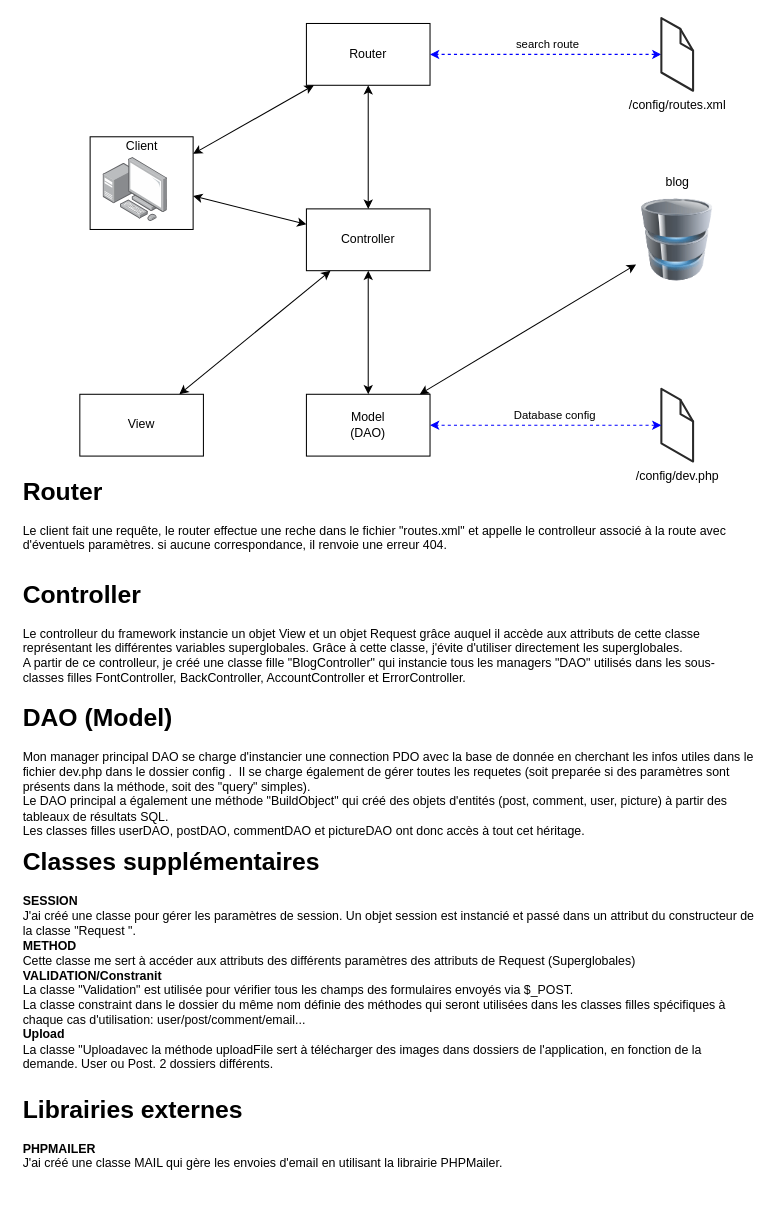
The draw.io diagram Cadrage/Architecture.drawio in JgPhil/Blog, before the edit. Source tidied: cells renumbered, new cells numbered last; positions are measured from the earlier drawing's top-left corner, leaving out a move shared by most shapes. Both pictures are drawn from the tidied source at 103%, with x=0, y=0 at pixel (18, 18).
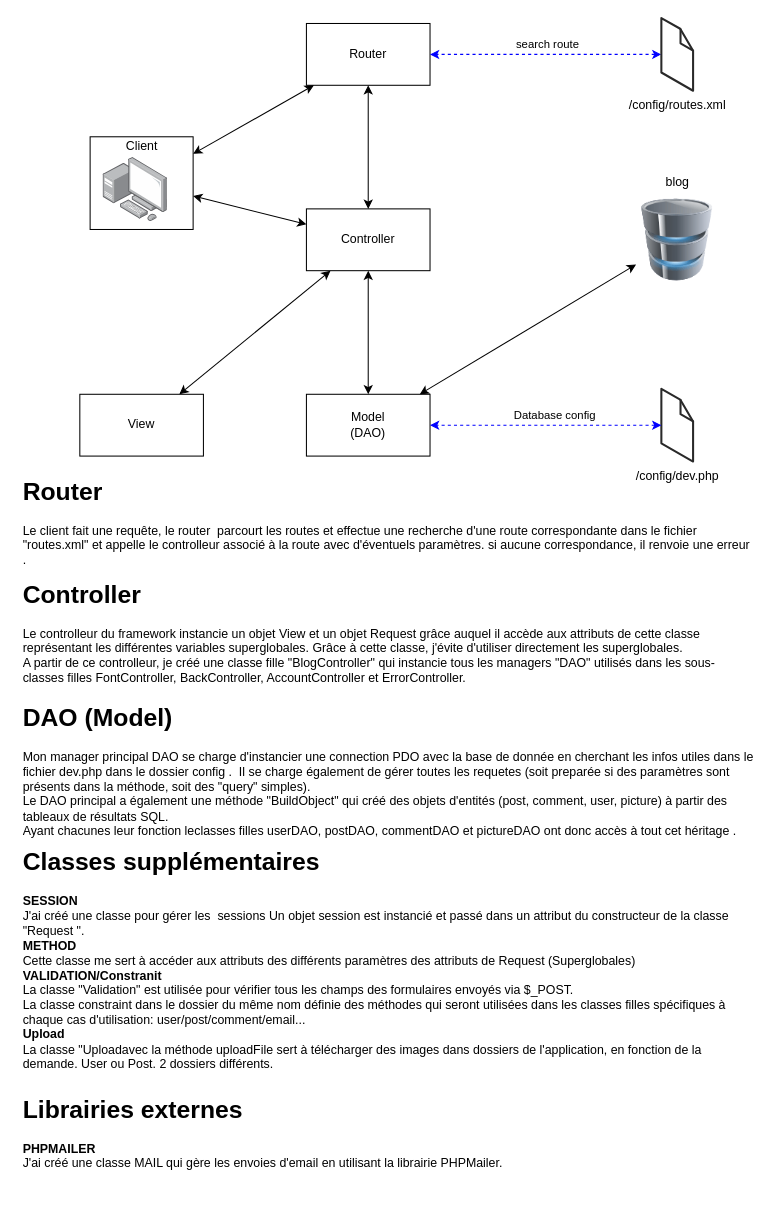
The same diagram, later.

What changed in the source:
```diff
@@
-    <mxCell id="22" value="&lt;h1&gt;Router&lt;/h1&gt;&lt;div&gt;Le client fait une requête, le router effectue une reche dans le fichier &quot;routes.xml&quot; et appelle le controlleur associé à la route avec d'éventuels paramètres. si aucune correspondance, il renvoie une erreur 404.&lt;/div&gt;&lt;div&gt;&lt;br&gt;&lt;/div&gt;" style="text;html=1;strokeColor=none;fillColor=none;spacing=5;spacingTop=-20;whiteSpace=wrap;overflow=hidden;rounded=0;" parent="1" vertex="1">
-      <mxGeometry y="440" width="720" height="90" as="geometry" />
+    <mxCell id="22" value="&lt;h1&gt;Router&amp;nbsp; &amp;nbsp;&lt;/h1&gt;&lt;div&gt;L&lt;span&gt;e client fait une requête, le router&amp;nbsp; parcourt les routes et effectue une recherche d'une route correspondante dans le fichier &quot;routes.xml&quot; et appelle le controlleur associé à la route avec d'éventuels paramètres. si aucune correspondance, il renvoie une erreur .&amp;nbsp; &amp;nbsp;&lt;/span&gt;&lt;/div&gt;&lt;div&gt;&lt;br&gt;&lt;/div&gt;" style="text;html=1;strokeColor=none;fillColor=none;spacing=5;spacingTop=-20;whiteSpace=wrap;overflow=hidden;rounded=0;" parent="1" vertex="1">
+      <mxGeometry y="440" width="720" height="120" as="geometry" />
     </mxCell>
     <mxCell id="23" value="&lt;h1&gt;Controller&lt;/h1&gt;&lt;div&gt;Le controlleur du framework instancie un objet View et un objet Request grâce auquel il accède aux attributs de cette classe représentant les différentes variables superglobales. Grâce à cette classe, j'évite d'utiliser directement les superglobales.&lt;/div&gt;&lt;div&gt;A partir de ce controlleur, je créé une classe fille &quot;BlogController&quot; qui instancie tous les managers &quot;DAO&quot; utilisés dans les sous-classes filles FontController, BackController, AccountController et ErrorController.&lt;/div&gt;" style="text;html=1;strokeColor=none;fillColor=none;spacing=5;spacingTop=-20;whiteSpace=wrap;overflow=hidden;rounded=0;" parent="1" vertex="1">
-      <mxGeometry y="540" width="720" height="110" as="geometry" />
+      <mxGeometry y="540" width="720" height="130" as="geometry" />
     </mxCell>
-    <mxCell id="24" value="&lt;h1&gt;DAO (Model)&lt;/h1&gt;&lt;div&gt;Mon manager principal DAO se charge d'instancier une connection PDO avec la base de donnée en cherchant les infos utiles dans le fichier dev.php dans le dossier config .&amp;nbsp; Il se charge également de gérer toutes les requetes (soit preparée si des paramètres sont présents dans la méthode, soit des &quot;query&quot; simples).&lt;/div&gt;&lt;div&gt;Le DAO principal a également une méthode &quot;BuildObject&quot; qui créé des objets d'entités (post, comment, user, picture) à partir des tableaux de résultats SQL.&lt;/div&gt;&lt;div&gt;Les classes filles userDAO, postDAO, commentDAO et pictureDAO ont donc accès à tout cet héritage.&amp;nbsp;&lt;/div&gt;" style="text;html=1;strokeColor=none;fillColor=none;spacing=5;spacingTop=-20;whiteSpace=wrap;overflow=hidden;rounded=0;" parent="1" vertex="1">
+    <mxCell id="24" value="&lt;h1&gt;DAO (Model)&lt;/h1&gt;&lt;div&gt;Mon manager principal DAO se charge d'instancier une connection PDO avec la base de donnée en cherchant les infos utiles dans le fichier dev.php dans le dossier config .&amp;nbsp; Il se charge également de gérer toutes les requetes (soit preparée si des paramètres sont présents dans la méthode, soit des &quot;query&quot; simples).&lt;/div&gt;&lt;div&gt;Le DAO principal a également une méthode &quot;BuildObject&quot; qui créé des objets d'entités (post, comment, user, picture) à partir des tableaux de résultats SQL.&lt;/div&gt;&lt;div&gt;Ayant chacunes leur fonction   leclasses filles userDAO, postDAO, commentDAO et pictureDAO ont donc accès à tout cet héritage .&amp;nbsp;&lt;/div&gt;" style="text;html=1;strokeColor=none;fillColor=none;spacing=5;spacingTop=-20;whiteSpace=wrap;overflow=hidden;rounded=0;" parent="1" vertex="1">
       <mxGeometry y="660" width="720" height="150" as="geometry" />
     </mxCell>
@@
-    <mxCell id="26" value="&lt;h1&gt;Classes supplémentaires&lt;/h1&gt;&lt;div&gt;&lt;b&gt;SESSION&lt;/b&gt;&lt;/div&gt;&lt;div&gt;J'ai créé une classe pour gérer les paramètres de session. Un objet session est instancié et passé dans un attribut du constructeur de la classe &quot;Request &quot;.&lt;/div&gt;&lt;div&gt;&lt;b&gt;METHOD&lt;/b&gt;&lt;/div&gt;&lt;div&gt;Cette classe me sert à accéder aux attributs des différents paramètres des attributs de Request (Superglobales)&lt;span&gt;&amp;nbsp;&lt;/span&gt;&lt;/div&gt;&lt;div&gt;&lt;b&gt;VALIDATION/Constranit&lt;/b&gt;&lt;/div&gt;&lt;div&gt;La classe &quot;Validation&quot; est utilisée pour vérifier tous les champs des formulaires envoyés via $_POST.&lt;/div&gt;&lt;div&gt;La classe constraint dans le dossier du même nom définie des méthodes qui seront utilisées dans l&lt;span&gt;es classes filles spécifiques à chaque cas d'utilisation: user/post/comment/email...&lt;/span&gt;&lt;/div&gt;&lt;div&gt;&lt;div&gt;&lt;b&gt;Upload&lt;/b&gt;&lt;/div&gt;&lt;div&gt;La classe &quot;Uploadavec la méthode uploadFile sert à télécharger des images dans dossiers de l'application, en fonction de la demande. User ou Post. 2 dossiers différents.&lt;/div&gt;&lt;div&gt;&lt;br&gt;&lt;/div&gt;&lt;/div&gt;&lt;div&gt;&lt;br&gt;&lt;/div&gt;" style="text;html=1;strokeColor=none;fillColor=none;spacing=5;spacingTop=-20;whiteSpace=wrap;overflow=hidden;rounded=0;" parent="1" vertex="1">
+    <mxCell id="26" value="&lt;h1&gt;Classes supplémentaires&lt;/h1&gt;&lt;div&gt;&lt;b&gt;SESSION&lt;/b&gt;&lt;/div&gt;&lt;div&gt;J'ai créé une classe pour gérer les&amp;nbsp; sessions Un objet session est instancié et passé dans un attribut du constructeur de la classe &quot;Request &quot;.&lt;/div&gt;&lt;div&gt;&lt;b&gt;METHOD&lt;/b&gt;&lt;/div&gt;&lt;div&gt;Cette classe me sert à accéder aux attributs des différents paramètres des attributs de Request (Superglobales)&lt;span&gt;&amp;nbsp;&lt;/span&gt;&lt;/div&gt;&lt;div&gt;&lt;b&gt;VALIDATION/Constranit&lt;/b&gt;&lt;/div&gt;&lt;div&gt;La classe &quot;Validation&quot; est utilisée pour vérifier tous les champs des formulaires envoyés via $_POST.&lt;/div&gt;&lt;div&gt;La classe constraint dans le dossier du même nom définie des méthodes qui seront utilisées dans l&lt;span&gt;es classes filles spécifiques à chaque cas d'utilisation: user/post/comment/email...&lt;/span&gt;&lt;/div&gt;&lt;div&gt;&lt;div&gt;&lt;b&gt;Upload&lt;/b&gt;&lt;/div&gt;&lt;div&gt;La classe &quot;Uploadavec la méthode uploadFile sert à télécharger des images dans dossiers de l'application, en fonction de la demande. User ou Post. 2 dossiers différents.&lt;/div&gt;&lt;div&gt;&lt;br&gt;&lt;/div&gt;&lt;/div&gt;&lt;div&gt;&lt;br&gt;&lt;/div&gt;" style="text;html=1;strokeColor=none;fillColor=none;spacing=5;spacingTop=-20;whiteSpace=wrap;overflow=hidden;rounded=0;" parent="1" vertex="1">
       <mxGeometry y="800" width="720" height="240" as="geometry" />
     </mxCell>
```
